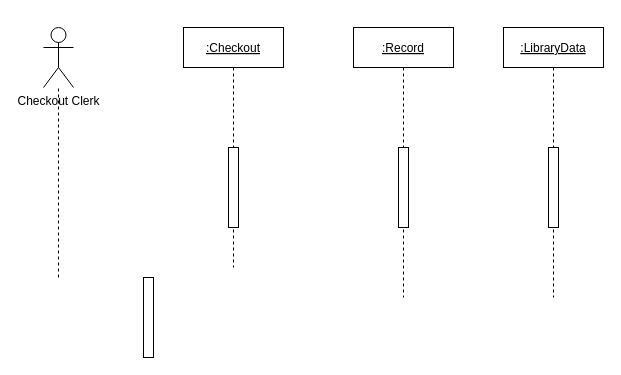
Before: Assignment3 Sequence Diagram.drawio in jjleneve/COIS2240A2, a draw.io diagram. Source tidied: cells renumbered, new cells numbered last; positions are measured from the earlier drawing's top-left corner, leaving out a move shared by most shapes. Both pictures are drawn from the tidied source at 100%, with x=0, y=0 at pixel (43, 27).
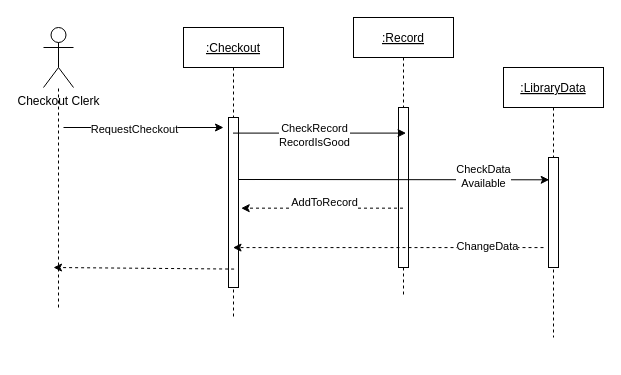
The same diagram, later.

The change refers to these unchanged cells:
```xml
<mxCell id="4" value="Checkout Clerk" style="shape=umlActor;verticalLabelPosition=bottom;verticalAlign=top;html=1;outlineConnect=0;" parent="1" vertex="1">
  <mxGeometry width="30" height="60" as="geometry" />
</mxCell>
```

The edit, as a diff of the source:
```diff
@@
     <mxCell id="2" value=":Checkout" style="shape=umlLifeline;perimeter=lifelinePerimeter;rounded=0;shadow=0;strokeWidth=1;size=40;fontStyle=4;" parent="1" vertex="1">
-      <mxGeometry x="140" width="100" height="240" as="geometry" />
+      <mxGeometry x="140" width="100" height="290" as="geometry" />
     </mxCell>
     <mxCell id="3" style="perimeter=orthogonalPerimeter;rounded=0;shadow=0;strokeWidth=1;" parent="2" vertex="1">
-      <mxGeometry x="45" y="120" width="10" height="80" as="geometry" />
+      <mxGeometry x="45" y="90" width="10" height="170" as="geometry" />
     </mxCell>
@@
-    <mxCell id="5" style="perimeter=orthogonalPerimeter;rounded=0;shadow=0;strokeWidth=1;" parent="1" vertex="1">
-      <mxGeometry x="100" y="250" width="10" height="80" as="geometry" />
-    </mxCell>
     <mxCell id="6" value=":LibraryData" style="shape=umlLifeline;perimeter=lifelinePerimeter;rounded=0;shadow=0;strokeWidth=1;size=40;fontStyle=4;" parent="1" vertex="1">
-      <mxGeometry x="460" width="100" height="270" as="geometry" />
+      <mxGeometry x="460" y="40" width="100" height="270" as="geometry" />
     </mxCell>
     <mxCell id="7" style="perimeter=orthogonalPerimeter;rounded=0;shadow=0;strokeWidth=1;" parent="6" vertex="1">
-      <mxGeometry x="45" y="120" width="10" height="80" as="geometry" />
+      <mxGeometry x="45" y="90" width="10" height="110" as="geometry" />
     </mxCell>
     <mxCell id="8" value=":Record" style="shape=umlLifeline;perimeter=lifelinePerimeter;rounded=0;shadow=0;strokeWidth=1;size=40;fontStyle=4;" parent="1" vertex="1">
-      <mxGeometry x="310" width="100" height="270" as="geometry" />
+      <mxGeometry x="310" y="-10" width="100" height="280" as="geometry" />
     </mxCell>
     <mxCell id="9" style="points=[];perimeter=orthogonalPerimeter;rounded=0;shadow=0;strokeWidth=1;" parent="8" vertex="1">
-      <mxGeometry x="45" y="120" width="10" height="80" as="geometry" />
+      <mxGeometry x="45" y="90" width="10" height="160" as="geometry" />
     </mxCell>
     <mxCell id="10" style="endArrow=none;dashed=1;html=1;rounded=0;" parent="1" edge="1" target="4">
       <mxGeometry relative="1" as="geometry">
-        <mxPoint x="15" y="250" as="sourcePoint" />
+        <mxPoint x="15" y="280" as="sourcePoint" />
       </mxGeometry>
     </mxCell>
+    <mxCell id="11" style="endArrow=classic;html=1;rounded=0;" parent="1" edge="1">
+      <mxGeometry relative="1" as="geometry">
+        <mxPoint x="20" y="100" as="sourcePoint" />
+        <mxPoint x="180" y="100" as="targetPoint" />
+      </mxGeometry>
+    </mxCell>
+    <mxCell id="12" value="RequestCheckout" style="edgeLabel;html=1;align=center;verticalAlign=middle;" parent="11" vertex="1">
+      <mxGeometry x="-0.13" y="-1" relative="1" as="geometry" />
+    </mxCell>
+    <mxCell id="13" style="endArrow=classic;html=1;rounded=0;entryX=0.457;entryY=0.416;entryDx=0;entryDy=0;entryPerimeter=0;" parent="1" edge="1" target="6">
+      <mxGeometry relative="1" as="geometry">
+        <mxPoint x="195" y="152" as="sourcePoint" />
+      </mxGeometry>
+    </mxCell>
+    <mxCell id="14" value="CheckData&lt;br&gt;Available" style="edgeLabel;html=1;align=center;verticalAlign=middle;" parent="13" vertex="1">
+      <mxGeometry x="0.38" y="4" relative="1" as="geometry">
+        <mxPoint x="30" as="offset" />
+      </mxGeometry>
+    </mxCell>
+    <mxCell id="15" style="endArrow=classic;html=1;rounded=0;exitX=0.4;exitY=0.667;exitDx=0;exitDy=0;exitPerimeter=0;dashed=1;" parent="1" edge="1" source="6" target="2">
+      <mxGeometry relative="1" as="geometry" />
+    </mxCell>
+    <mxCell id="16" value="ChangeData" style="edgeLabel;html=1;align=center;verticalAlign=middle;" parent="15" vertex="1">
+      <mxGeometry x="-0.63" y="-2" relative="1" as="geometry" />
+    </mxCell>
+    <mxCell id="17" style="endArrow=classic;html=1;rounded=0;dashed=1;entryX=0.577;entryY=0.623;entryDx=0;entryDy=0;entryPerimeter=0;" parent="1" edge="1" source="8" target="2">
+      <mxGeometry relative="1" as="geometry" />
+    </mxCell>
+    <mxCell id="18" value="AddToRecord" style="edgeLabel;html=1;align=center;verticalAlign=middle;" parent="17" vertex="1">
+      <mxGeometry x="-0.31" y="-1" relative="1" as="geometry">
+        <mxPoint x="-23" y="-5" as="offset" />
+      </mxGeometry>
+    </mxCell>
+    <mxCell id="19" style="endArrow=classic;html=1;rounded=0;entryX=0.756;entryY=0.16;entryDx=0;entryDy=0;entryPerimeter=0;" parent="1" edge="1" source="2" target="9">
+      <mxGeometry relative="1" as="geometry" />
+    </mxCell>
+    <mxCell id="20" value="CheckRecord&lt;br&gt;RecordIsGood" style="edgeLabel;html=1;align=center;verticalAlign=middle;" parent="19" vertex="1">
+      <mxGeometry x="-0.39" y="-2" relative="1" as="geometry">
+        <mxPoint x="28" as="offset" />
+      </mxGeometry>
+    </mxCell>
+    <mxCell id="21" style="endArrow=classic;html=1;rounded=0;exitX=0.506;exitY=0.833;exitDx=0;exitDy=0;exitPerimeter=0;dashed=1;" parent="1" edge="1" source="2">
+      <mxGeometry relative="1" as="geometry">
+        <mxPoint x="10" y="240" as="targetPoint" />
+      </mxGeometry>
+    </mxCell>
```
